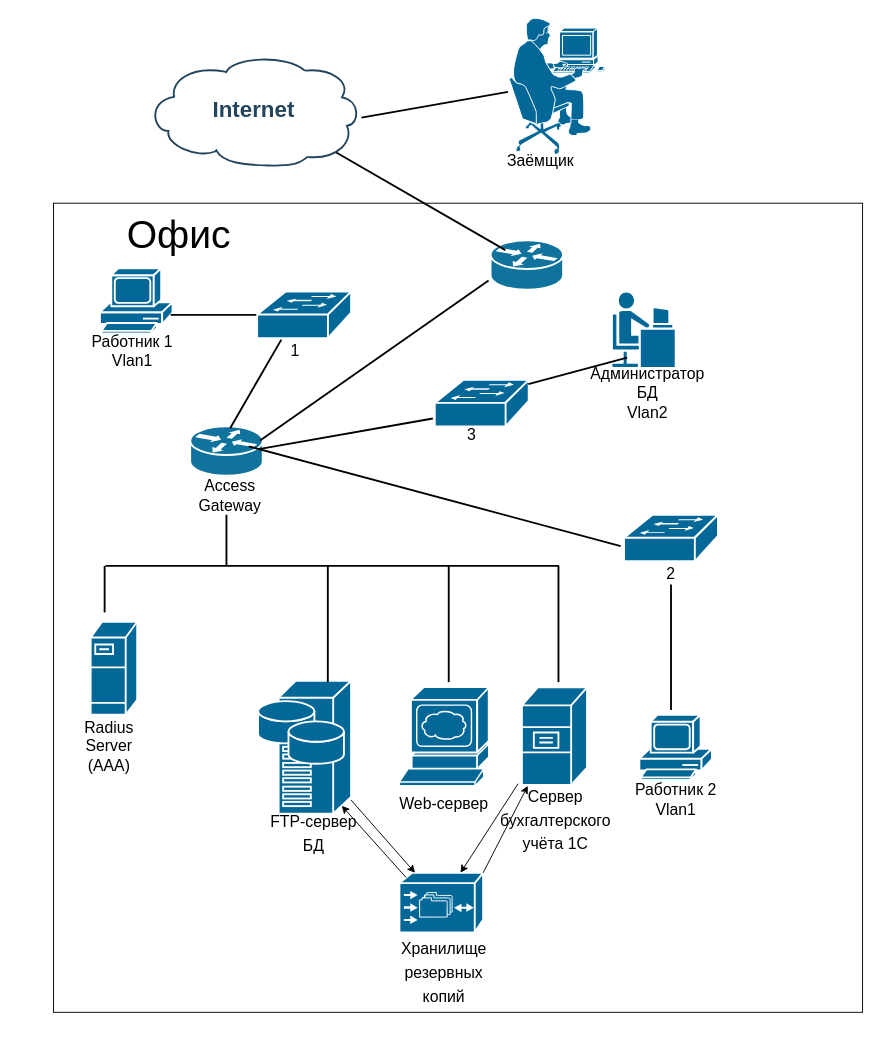
paveldyakonov/programlanguage keeps this draw.io diagram as Диаграмма без названия.drawio. Above is the earlier version. Source tidied: cells renumbered, new cells numbered last; positions are measured from the earlier drawing's top-left corner, leaving out a move shared by most shapes. Both pictures are drawn from the tidied source at 93%, with x=0, y=0 at pixel (53, 17).
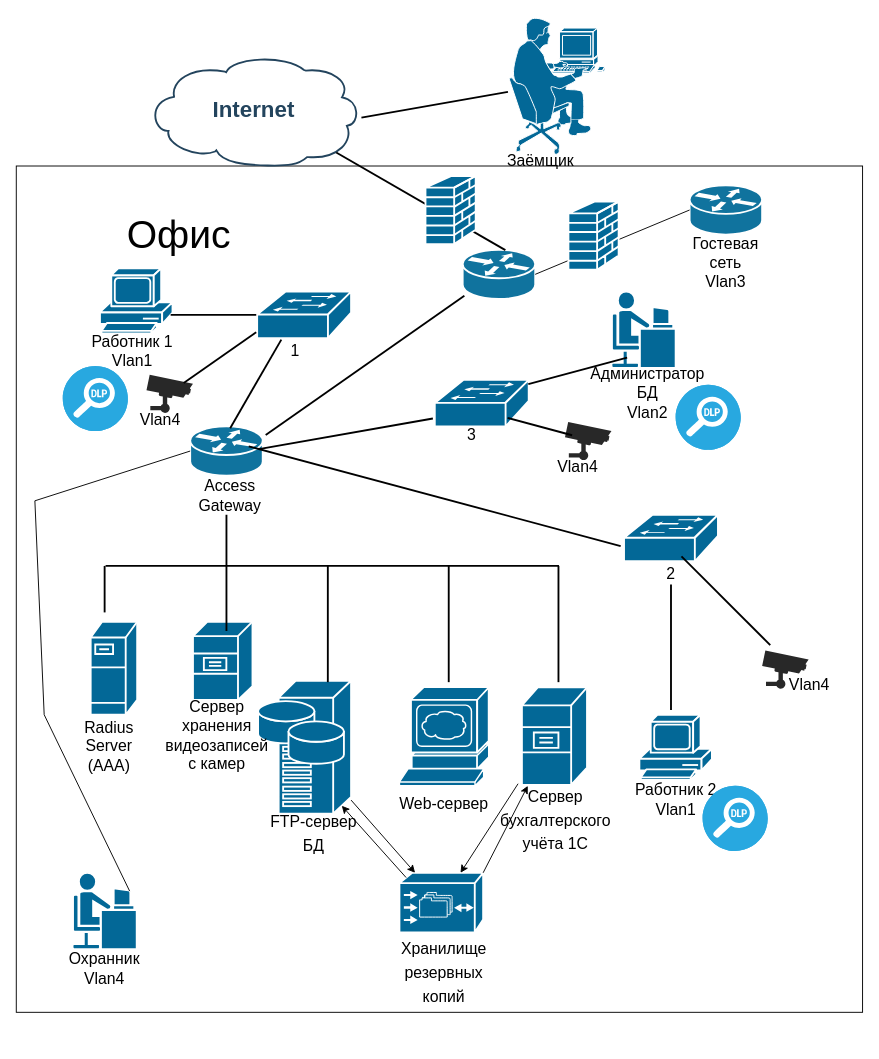
The same diagram, later.

Unchanged cells that the change refers to:
```xml
<mxCell id="22" style="shape=mxgraph.cisco.routers.router;html=1;dashed=0;fillColor=#10739E;strokeColor=#ffffff;strokeWidth=2;verticalLabelPosition=bottom;verticalAlign=top;fontFamily=Helvetica;fontSize=36;fontColor=#FFB366;" parent="1" vertex="1">
  <mxGeometry x="147" y="440" width="78" height="53" as="geometry" />
</mxCell>
```

What changed in the source:
```diff
@@
     <mxCell id="2" style="whiteSpace=wrap;html=1;" parent="1" vertex="1">
-      <mxGeometry y="200" width="870" height="870" as="geometry" />
+      <mxGeometry x="-40" y="160" width="910" height="910" as="geometry" />
     </mxCell>
@@
     <mxCell id="4" style="shape=mxgraph.cisco.routers.router;html=1;dashed=0;fillColor=#10739E;strokeColor=#ffffff;strokeWidth=2;verticalLabelPosition=bottom;verticalAlign=top;fontFamily=Helvetica;fontSize=36;fontColor=#FFB366;" parent="1" vertex="1">
-      <mxGeometry x="470" y="240" width="78" height="53" as="geometry" />
+      <mxGeometry x="440" y="250" width="78" height="53" as="geometry" />
     </mxCell>
@@
     <mxCell id="29" style="line;strokeWidth=2;direction=south;html=1;fontSize=17;rotation=-125;" parent="1" vertex="1">
-      <mxGeometry x="340" y="219.2" width="10" height="300" as="geometry" />
+      <mxGeometry x="330" y="244" width="10" height="260.8" as="geometry" />
     </mxCell>
@@
+    <mxCell id="51" style="shape=mxgraph.cisco.security.firewall;sketch=0;html=1;dashed=0;fillColor=#036897;strokeColor=#ffffff;strokeWidth=2;verticalLabelPosition=bottom;verticalAlign=top;align=center;" parent="1" vertex="1">
+      <mxGeometry x="400" y="170.7" width="54" height="73.3" as="geometry" />
+    </mxCell>
+    <mxCell id="52" style="shape=mxgraph.cisco.routers.router;html=1;dashed=0;fillColor=#10739E;strokeColor=#ffffff;strokeWidth=2;verticalLabelPosition=bottom;verticalAlign=top;fontFamily=Helvetica;fontSize=36;fontColor=#FFB366;" parent="1" vertex="1">
+      <mxGeometry x="684" y="180.8" width="78" height="53" as="geometry" />
+    </mxCell>
+    <mxCell id="53" value="Гостевая сеть&lt;br&gt;Vlan3" style="text;html=1;strokeColor=none;fillColor=none;align=center;verticalAlign=middle;whiteSpace=wrap;rounded=0;fontSize=17;" parent="1" vertex="1">
+      <mxGeometry x="678" y="250" width="90" height="30" as="geometry" />
+    </mxCell>
+    <mxCell id="54" style="endArrow=none;html=1;rounded=0;entryX=0;entryY=0.5;entryDx=0;entryDy=0;entryPerimeter=0;exitX=1;exitY=0.5;exitDx=0;exitDy=0;exitPerimeter=0;" parent="1" edge="1" source="4" target="52">
+      <mxGeometry relative="1" as="geometry" />
+    </mxCell>
+    <mxCell id="55" style="shape=mxgraph.cisco.people.androgenous_person;sketch=0;html=1;dashed=0;fillColor=#036897;strokeColor=#ffffff;strokeWidth=2;verticalLabelPosition=bottom;verticalAlign=top;align=center;outlineConnect=0;" parent="1" vertex="1">
+      <mxGeometry x="20.5" y="920" width="69" height="82" as="geometry" />
+    </mxCell>
+    <mxCell id="56" value="Охранник&lt;br&gt;Vlan4" style="text;html=1;strokeColor=none;fillColor=none;align=center;verticalAlign=middle;whiteSpace=wrap;rounded=0;fontSize=17;" parent="1" vertex="1">
+      <mxGeometry x="10" y="1008.5" width="90" height="30" as="geometry" />
+    </mxCell>
+    <mxCell id="57" style="fillColor=#28A8E0;verticalLabelPosition=bottom;sketch=0;html=1;strokeColor=#ffffff;verticalAlign=top;align=center;shape=mxgraph.cisco_safe.compositeIcon;bgIcon=ellipse;resIcon=mxgraph.cisco_safe.capability.data_loss_prevention;" parent="1" vertex="1">
+      <mxGeometry x="10" y="375" width="70" height="70" as="geometry" />
+    </mxCell>
+    <mxCell id="58" style="fillColor=#28A8E0;verticalLabelPosition=bottom;sketch=0;html=1;strokeColor=#ffffff;verticalAlign=top;align=center;shape=mxgraph.cisco_safe.compositeIcon;bgIcon=ellipse;resIcon=mxgraph.cisco_safe.capability.data_loss_prevention;" parent="1" vertex="1">
+      <mxGeometry x="669" y="395.2" width="70" height="70" as="geometry" />
+    </mxCell>
+    <mxCell id="59" style="fillColor=#28A8E0;verticalLabelPosition=bottom;sketch=0;html=1;strokeColor=#ffffff;verticalAlign=top;align=center;shape=mxgraph.cisco_safe.compositeIcon;bgIcon=ellipse;resIcon=mxgraph.cisco_safe.capability.data_loss_prevention;" parent="1" vertex="1">
+      <mxGeometry x="698" y="826.5" width="70" height="70" as="geometry" />
+    </mxCell>
+    <mxCell id="60" style="verticalLabelPosition=bottom;sketch=0;html=1;fillColor=#282828;strokeColor=none;verticalAlign=top;align=center;shape=mxgraph.cisco_safe.technology_icons.icon10;" parent="1" vertex="1">
+      <mxGeometry x="100" y="384.5" width="50" height="41" as="geometry" />
+    </mxCell>
+    <mxCell id="61" style="verticalLabelPosition=bottom;sketch=0;html=1;fillColor=#282828;strokeColor=none;verticalAlign=top;align=center;shape=mxgraph.cisco_safe.technology_icons.icon10;" parent="1" vertex="1">
+      <mxGeometry x="762" y="681" width="50" height="41" as="geometry" />
+    </mxCell>
+    <mxCell id="62" style="verticalLabelPosition=bottom;sketch=0;html=1;fillColor=#282828;strokeColor=none;verticalAlign=top;align=center;shape=mxgraph.cisco_safe.technology_icons.icon10;" parent="1" vertex="1">
+      <mxGeometry x="550" y="435.2" width="50" height="41" as="geometry" />
+    </mxCell>
+    <mxCell id="63" style="shape=mxgraph.cisco.servers.file_server;sketch=0;html=1;dashed=0;fillColor=#036897;strokeColor=#ffffff;strokeWidth=2;verticalLabelPosition=bottom;verticalAlign=top;align=center;" parent="1" vertex="1">
+      <mxGeometry x="150" y="650" width="64" height="84" as="geometry" />
+    </mxCell>
+    <mxCell id="64" value="Сервер хранения видеозаписей с камер" style="text;html=1;strokeColor=none;fillColor=none;align=center;verticalAlign=middle;whiteSpace=wrap;rounded=0;fontSize=17;" parent="1" vertex="1">
+      <mxGeometry x="146" y="758" width="60" height="30" as="geometry" />
+    </mxCell>
+    <mxCell id="65" style="line;strokeWidth=2;direction=south;html=1;fontSize=17;rotation=-45;" parent="1" vertex="1">
+      <mxGeometry x="718" y="560" width="10" height="135" as="geometry" />
+    </mxCell>
+    <mxCell id="66" style="line;strokeWidth=2;direction=south;html=1;fontSize=17;rotation=-75;" parent="1" vertex="1">
+      <mxGeometry x="518" y="404.3" width="10" height="71.8" as="geometry" />
+    </mxCell>
+    <mxCell id="67" style="line;strokeWidth=2;direction=south;html=1;fontSize=17;rotation=-125;" parent="1" vertex="1">
+      <mxGeometry x="174" y="318.4" width="10" height="95.2" as="geometry" />
+    </mxCell>
+    <mxCell id="68" style="line;strokeWidth=2;direction=south;html=1;fontSize=17;rotation=0;" parent="1" vertex="1">
+      <mxGeometry x="181" y="590" width="10" height="70" as="geometry" />
+    </mxCell>
+    <mxCell id="69" value="Vlan4" style="text;html=1;strokeColor=none;fillColor=none;align=center;verticalAlign=middle;whiteSpace=wrap;rounded=0;fontSize=17;" parent="1" vertex="1">
+      <mxGeometry x="70" y="419.3" width="90" height="30" as="geometry" />
+    </mxCell>
+    <mxCell id="70" value="Vlan4" style="text;html=1;strokeColor=none;fillColor=none;align=center;verticalAlign=middle;whiteSpace=wrap;rounded=0;fontSize=17;" parent="1" vertex="1">
+      <mxGeometry x="519" y="470" width="90" height="30" as="geometry" />
+    </mxCell>
+    <mxCell id="71" value="Vlan4" style="text;html=1;strokeColor=none;fillColor=none;align=center;verticalAlign=middle;whiteSpace=wrap;rounded=0;fontSize=17;" parent="1" vertex="1">
+      <mxGeometry x="768" y="704" width="90" height="30" as="geometry" />
+    </mxCell>
+    <mxCell id="72" style="endArrow=none;html=1;rounded=0;exitX=0.89;exitY=0.24;exitDx=0;exitDy=0;exitPerimeter=0;entryX=0;entryY=0.5;entryDx=0;entryDy=0;entryPerimeter=0;" parent="1" edge="1" source="55" target="22">
+      <mxGeometry relative="1" as="geometry">
+        <Array as="points">
+          <mxPoint x="-10" y="750" />
+          <mxPoint x="-20" y="520" />
+        </Array>
+      </mxGeometry>
+    </mxCell>
+    <mxCell id="73" style="shape=mxgraph.cisco.security.firewall;sketch=0;html=1;dashed=0;fillColor=#036897;strokeColor=#ffffff;strokeWidth=2;verticalLabelPosition=bottom;verticalAlign=top;align=center;" parent="1" vertex="1">
+      <mxGeometry x="553.7" y="198.3" width="54" height="73.3" as="geometry" />
+    </mxCell>
```
